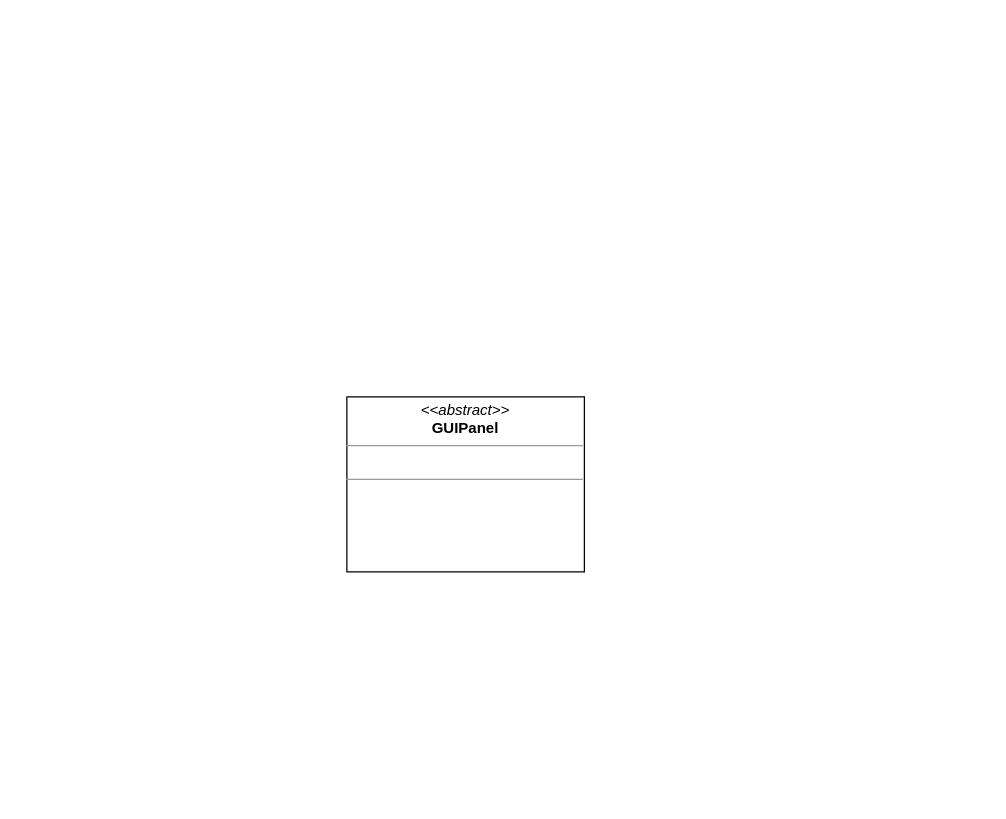
This is view.drawio from Robert-0410/360GroupProject, a draw.io file, before an edit. Source tidied: cells renumbered, new cells numbered last; positions are measured from the earlier drawing's top-left corner, leaving out a move shared by most shapes. Both pictures are drawn from the tidied source at 125%, with x=0, y=0 at pixel (346, 396).
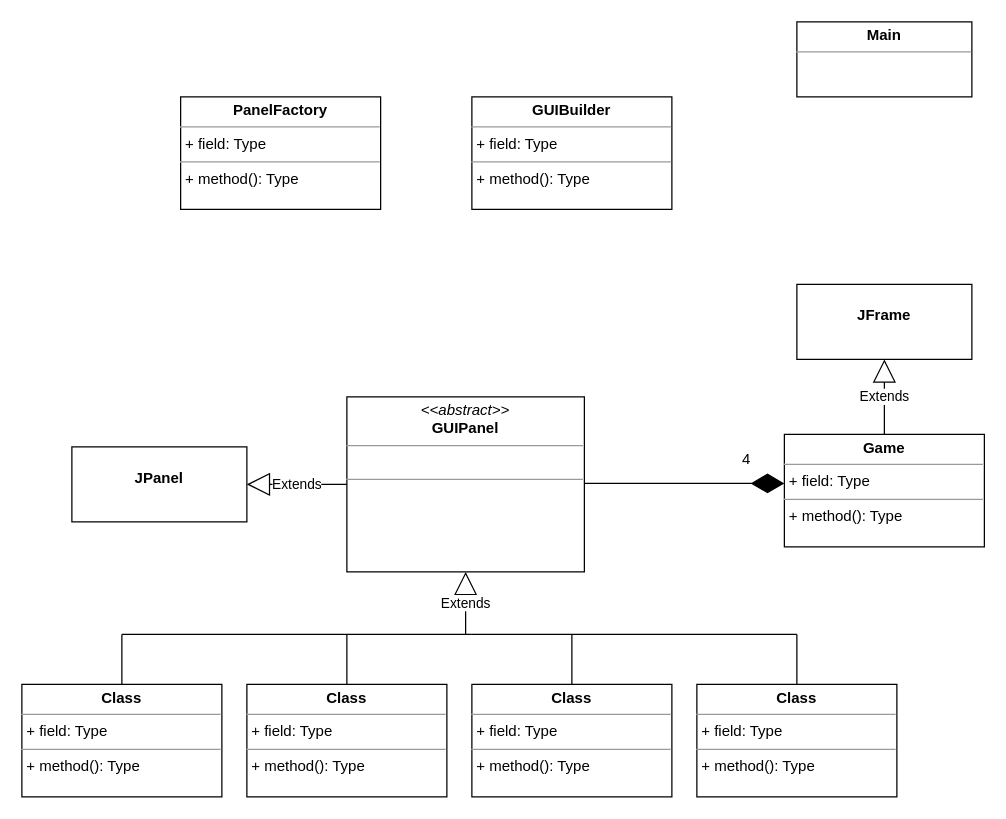
The same diagram, later.

Commit message:
Was able to set up the general skeleton for the package, more work is needed in respect to details.

Unchanged cells that the change refers to:
```xml
<mxCell id="2" value="&lt;p style=&quot;margin: 0px ; margin-top: 4px ; text-align: center&quot;&gt;&lt;i&gt;&amp;lt;&amp;lt;abstract&amp;gt;&amp;gt;&lt;/i&gt;&lt;br&gt;&lt;b&gt;GUIPanel&lt;/b&gt;&lt;/p&gt;&lt;hr size=&quot;1&quot;&gt;&lt;p style=&quot;margin: 0px ; margin-left: 4px&quot;&gt;&lt;br&gt;&lt;/p&gt;&lt;hr size=&quot;1&quot;&gt;&lt;p style=&quot;margin: 0px ; margin-left: 4px&quot;&gt;&lt;br&gt;&lt;/p&gt;" style="verticalAlign=top;align=left;overflow=fill;fontSize=12;fontFamily=Helvetica;html=1;" parent="1" vertex="1">
  <mxGeometry width="190" height="140" as="geometry" />
</mxCell>
```

The edit, as a diff of the source:
```diff
@@
+    <mxCell id="3" value="&lt;p style=&quot;margin: 0px ; margin-top: 4px ; text-align: center&quot;&gt;&lt;br&gt;&lt;b&gt;JPanel&lt;/b&gt;&lt;/p&gt;" style="verticalAlign=top;align=left;overflow=fill;fontSize=12;fontFamily=Helvetica;html=1;" parent="1" vertex="1">
+      <mxGeometry x="-220" y="40" width="140" height="60" as="geometry" />
+    </mxCell>
+    <mxCell id="4" value="&lt;p style=&quot;margin:0px;margin-top:4px;text-align:center;&quot;&gt;&lt;b&gt;Class&lt;/b&gt;&lt;/p&gt;&lt;hr size=&quot;1&quot;/&gt;&lt;p style=&quot;margin:0px;margin-left:4px;&quot;&gt;+ field: Type&lt;/p&gt;&lt;hr size=&quot;1&quot;/&gt;&lt;p style=&quot;margin:0px;margin-left:4px;&quot;&gt;+ method(): Type&lt;/p&gt;" style="verticalAlign=top;align=left;overflow=fill;fontSize=12;fontFamily=Helvetica;html=1;" parent="1" vertex="1">
+      <mxGeometry x="-260" y="230" width="160" height="90" as="geometry" />
+    </mxCell>
+    <mxCell id="5" value="&lt;p style=&quot;margin:0px;margin-top:4px;text-align:center;&quot;&gt;&lt;b&gt;Class&lt;/b&gt;&lt;/p&gt;&lt;hr size=&quot;1&quot;/&gt;&lt;p style=&quot;margin:0px;margin-left:4px;&quot;&gt;+ field: Type&lt;/p&gt;&lt;hr size=&quot;1&quot;/&gt;&lt;p style=&quot;margin:0px;margin-left:4px;&quot;&gt;+ method(): Type&lt;/p&gt;" style="verticalAlign=top;align=left;overflow=fill;fontSize=12;fontFamily=Helvetica;html=1;" parent="1" vertex="1">
+      <mxGeometry x="-80" y="230" width="160" height="90" as="geometry" />
+    </mxCell>
+    <mxCell id="6" value="&lt;p style=&quot;margin:0px;margin-top:4px;text-align:center;&quot;&gt;&lt;b&gt;Class&lt;/b&gt;&lt;/p&gt;&lt;hr size=&quot;1&quot;/&gt;&lt;p style=&quot;margin:0px;margin-left:4px;&quot;&gt;+ field: Type&lt;/p&gt;&lt;hr size=&quot;1&quot;/&gt;&lt;p style=&quot;margin:0px;margin-left:4px;&quot;&gt;+ method(): Type&lt;/p&gt;" style="verticalAlign=top;align=left;overflow=fill;fontSize=12;fontFamily=Helvetica;html=1;" parent="1" vertex="1">
+      <mxGeometry x="100" y="230" width="160" height="90" as="geometry" />
+    </mxCell>
+    <mxCell id="7" value="&lt;p style=&quot;margin:0px;margin-top:4px;text-align:center;&quot;&gt;&lt;b&gt;Class&lt;/b&gt;&lt;/p&gt;&lt;hr size=&quot;1&quot;/&gt;&lt;p style=&quot;margin:0px;margin-left:4px;&quot;&gt;+ field: Type&lt;/p&gt;&lt;hr size=&quot;1&quot;/&gt;&lt;p style=&quot;margin:0px;margin-left:4px;&quot;&gt;+ method(): Type&lt;/p&gt;" style="verticalAlign=top;align=left;overflow=fill;fontSize=12;fontFamily=Helvetica;html=1;" parent="1" vertex="1">
+      <mxGeometry x="280" y="230" width="160" height="90" as="geometry" />
+    </mxCell>
+    <mxCell id="8" value="Extends" style="endArrow=block;endSize=16;endFill=0;html=1;entryX=0.5;entryY=1;entryDx=0;entryDy=0;" parent="1" edge="1" target="2">
+      <mxGeometry relative="1" as="geometry">
+        <mxPoint x="95" y="190" as="sourcePoint" />
+        <Array as="points">
+          <mxPoint x="95" y="190" />
+        </Array>
+      </mxGeometry>
+    </mxCell>
+    <mxCell id="9" style="endArrow=none;html=1;" parent="1" edge="1">
+      <mxGeometry relative="1" as="geometry">
+        <mxPoint x="-180" y="230" as="sourcePoint" />
+        <mxPoint x="-180" y="190" as="targetPoint" />
+      </mxGeometry>
+    </mxCell>
+    <mxCell id="10" style="endArrow=none;html=1;" parent="1" edge="1">
+      <mxGeometry relative="1" as="geometry">
+        <mxPoint x="-180" y="190" as="sourcePoint" />
+        <mxPoint x="100" y="190" as="targetPoint" />
+      </mxGeometry>
+    </mxCell>
+    <mxCell id="11" style="endArrow=none;html=1;" parent="1" edge="1">
+      <mxGeometry relative="1" as="geometry">
+        <mxPoint y="230" as="sourcePoint" />
+        <mxPoint y="190" as="targetPoint" />
+      </mxGeometry>
+    </mxCell>
+    <mxCell id="12" style="endArrow=none;html=1;" parent="1" edge="1">
+      <mxGeometry relative="1" as="geometry">
+        <mxPoint x="360" y="230" as="sourcePoint" />
+        <mxPoint x="360" y="190" as="targetPoint" />
+      </mxGeometry>
+    </mxCell>
+    <mxCell id="13" style="endArrow=none;html=1;" parent="1" edge="1">
+      <mxGeometry relative="1" as="geometry">
+        <mxPoint x="360" y="190" as="sourcePoint" />
+        <mxPoint x="100" y="190" as="targetPoint" />
+      </mxGeometry>
+    </mxCell>
+    <mxCell id="14" style="endArrow=none;html=1;exitX=0.5;exitY=0;exitDx=0;exitDy=0;" parent="1" edge="1" source="6">
+      <mxGeometry relative="1" as="geometry">
+        <mxPoint x="180" y="190" as="targetPoint" />
+      </mxGeometry>
+    </mxCell>
+    <mxCell id="15" value="&lt;p style=&quot;margin: 0px ; margin-top: 4px ; text-align: center&quot;&gt;&lt;b&gt;Game&lt;/b&gt;&lt;/p&gt;&lt;hr size=&quot;1&quot;&gt;&lt;p style=&quot;margin: 0px ; margin-left: 4px&quot;&gt;+ field: Type&lt;/p&gt;&lt;hr size=&quot;1&quot;&gt;&lt;p style=&quot;margin: 0px ; margin-left: 4px&quot;&gt;+ method(): Type&lt;/p&gt;" style="verticalAlign=top;align=left;overflow=fill;fontSize=12;fontFamily=Helvetica;html=1;" parent="1" vertex="1">
+      <mxGeometry x="350" y="30" width="160" height="90" as="geometry" />
+    </mxCell>
+    <mxCell id="16" value="&lt;p style=&quot;margin: 0px ; margin-top: 4px ; text-align: center&quot;&gt;&lt;br&gt;&lt;b&gt;JFrame&lt;/b&gt;&lt;/p&gt;" style="verticalAlign=top;align=left;overflow=fill;fontSize=12;fontFamily=Helvetica;html=1;" parent="1" vertex="1">
+      <mxGeometry x="360" y="-90" width="140" height="60" as="geometry" />
+    </mxCell>
+    <mxCell id="17" style="endArrow=diamondThin;endFill=1;endSize=24;html=1;" parent="1" edge="1">
+      <mxGeometry relative="1" as="geometry">
+        <mxPoint x="190" y="69.2" as="sourcePoint" />
+        <mxPoint x="350" y="69.2" as="targetPoint" />
+      </mxGeometry>
+    </mxCell>
+    <mxCell id="18" value="4" style="text;html=1;strokeColor=none;fillColor=none;align=center;verticalAlign=middle;whiteSpace=wrap;rounded=0;" parent="1" vertex="1">
+      <mxGeometry x="300" y="40" width="40" height="20" as="geometry" />
+    </mxCell>
+    <mxCell id="19" value="Extends" style="endArrow=block;endSize=16;endFill=0;html=1;exitX=0.5;exitY=0;exitDx=0;exitDy=0;entryX=0.5;entryY=1;entryDx=0;entryDy=0;" parent="1" edge="1" source="15" target="16">
+      <mxGeometry relative="1" as="geometry" />
+    </mxCell>
+    <mxCell id="20" value="Extends" style="endArrow=block;endSize=16;endFill=0;html=1;exitX=0;exitY=0.5;exitDx=0;exitDy=0;entryX=1;entryY=0.5;entryDx=0;entryDy=0;" parent="1" edge="1" source="2" target="3">
+      <mxGeometry relative="1" as="geometry" />
+    </mxCell>
+    <mxCell id="21" value="&lt;p style=&quot;margin: 0px ; margin-top: 4px ; text-align: center&quot;&gt;&lt;b&gt;PanelFactory&lt;/b&gt;&lt;/p&gt;&lt;hr size=&quot;1&quot;&gt;&lt;p style=&quot;margin: 0px ; margin-left: 4px&quot;&gt;+ field: Type&lt;/p&gt;&lt;hr size=&quot;1&quot;&gt;&lt;p style=&quot;margin: 0px ; margin-left: 4px&quot;&gt;+ method(): Type&lt;/p&gt;" style="verticalAlign=top;align=left;overflow=fill;fontSize=12;fontFamily=Helvetica;html=1;" parent="1" vertex="1">
+      <mxGeometry x="-133" y="-240" width="160" height="90" as="geometry" />
+    </mxCell>
+    <mxCell id="22" value="&lt;p style=&quot;margin: 0px ; margin-top: 4px ; text-align: center&quot;&gt;&lt;b&gt;GUIBuilder&lt;/b&gt;&lt;/p&gt;&lt;hr size=&quot;1&quot;&gt;&lt;p style=&quot;margin: 0px ; margin-left: 4px&quot;&gt;+ field: Type&lt;/p&gt;&lt;hr size=&quot;1&quot;&gt;&lt;p style=&quot;margin: 0px ; margin-left: 4px&quot;&gt;+ method(): Type&lt;/p&gt;" style="verticalAlign=top;align=left;overflow=fill;fontSize=12;fontFamily=Helvetica;html=1;" parent="1" vertex="1">
+      <mxGeometry x="100" y="-240" width="160" height="90" as="geometry" />
+    </mxCell>
+    <mxCell id="23" value="&lt;p style=&quot;margin: 0px ; margin-top: 4px ; text-align: center&quot;&gt;&lt;b&gt;Main&lt;/b&gt;&lt;/p&gt;&lt;hr size=&quot;1&quot;&gt;&lt;div style=&quot;height: 2px&quot;&gt;&lt;/div&gt;" style="verticalAlign=top;align=left;overflow=fill;fontSize=12;fontFamily=Helvetica;html=1;" parent="1" vertex="1">
+      <mxGeometry x="360" y="-300" width="140" height="60" as="geometry" />
+    </mxCell>
```
